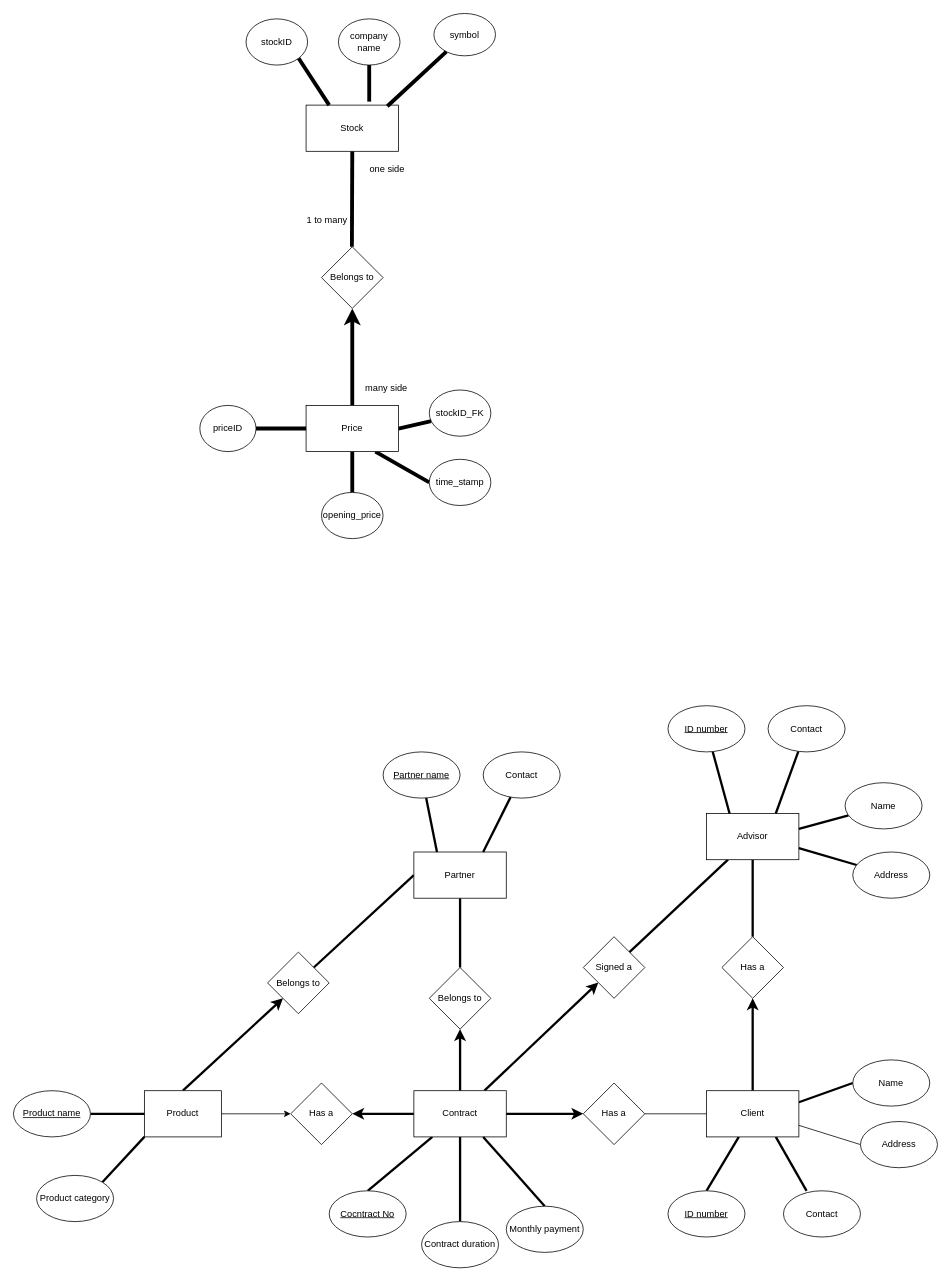
Above: db_design/db-diagram_v1.drawio in Okibaba/stock-viz-backend-flask (draw.io), before the change. Source tidied: cells renumbered, new cells numbered last; positions are measured from the earlier drawing's top-left corner, leaving out a move shared by most shapes. Both pictures are drawn from the tidied source at 77%, with x=0, y=0 at pixel (13, 13).
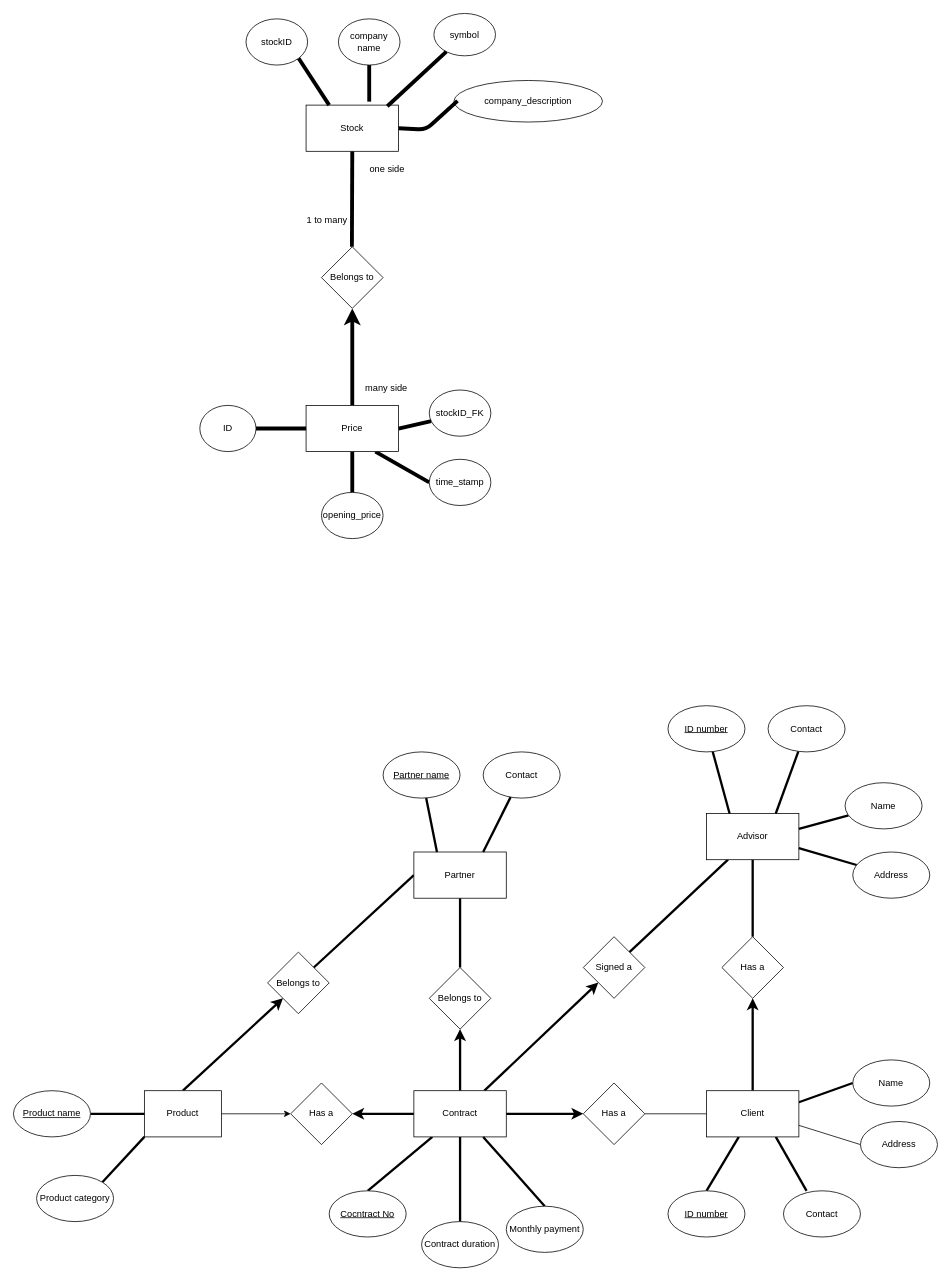
The same page after the edit.

The change refers to these unchanged cells:
```xml
<mxCell id="61" value="Stock" style="whiteSpace=wrap;html=1;" parent="1" vertex="1">
  <mxGeometry x="380" y="119" width="120" height="60" as="geometry" />
</mxCell>
```

Diff of the diagram source:
```diff
@@
-    <mxCell id="73" value="priceID" style="ellipse;whiteSpace=wrap;html=1;" parent="1" vertex="1">
+    <mxCell id="73" value="ID" style="ellipse;whiteSpace=wrap;html=1;" parent="1" vertex="1">
       <mxGeometry x="242" y="509" width="73" height="60" as="geometry" />
     </mxCell>
@@
+    <mxCell id="77" value="company_description&lt;br&gt;" style="ellipse;whiteSpace=wrap;html=1;" parent="1" vertex="1">
+      <mxGeometry x="572" y="87" width="193" height="54" as="geometry" />
+    </mxCell>
+    <mxCell id="78" style="edgeStyle=none;html=1;entryX=1;entryY=0.5;entryDx=0;entryDy=0;strokeWidth=5;endArrow=none;endFill=0;" parent="1" edge="1" target="61">
+      <mxGeometry relative="1" as="geometry">
+        <mxPoint x="576.7" y="113.6" as="sourcePoint" />
+        <Array as="points">
+          <mxPoint x="535.5" y="150.9" />
+        </Array>
+      </mxGeometry>
+    </mxCell>
```
